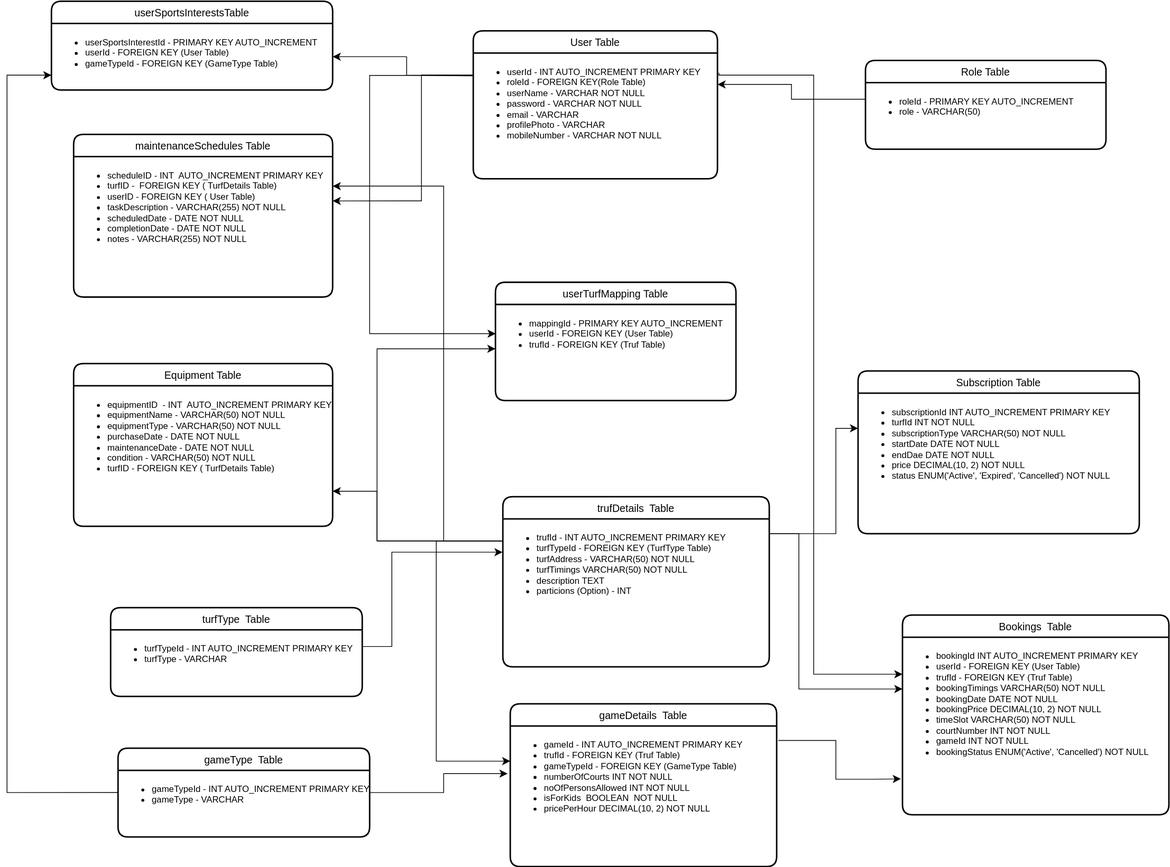
JobPortal006/turf keeps this draw.io diagram as er_diagram.drawio.svg. Above is the earlier version. Source tidied: cells renumbered, new cells last; positions are measured from the earlier drawing's top-left corner, leaving out a move shared by most shapes.
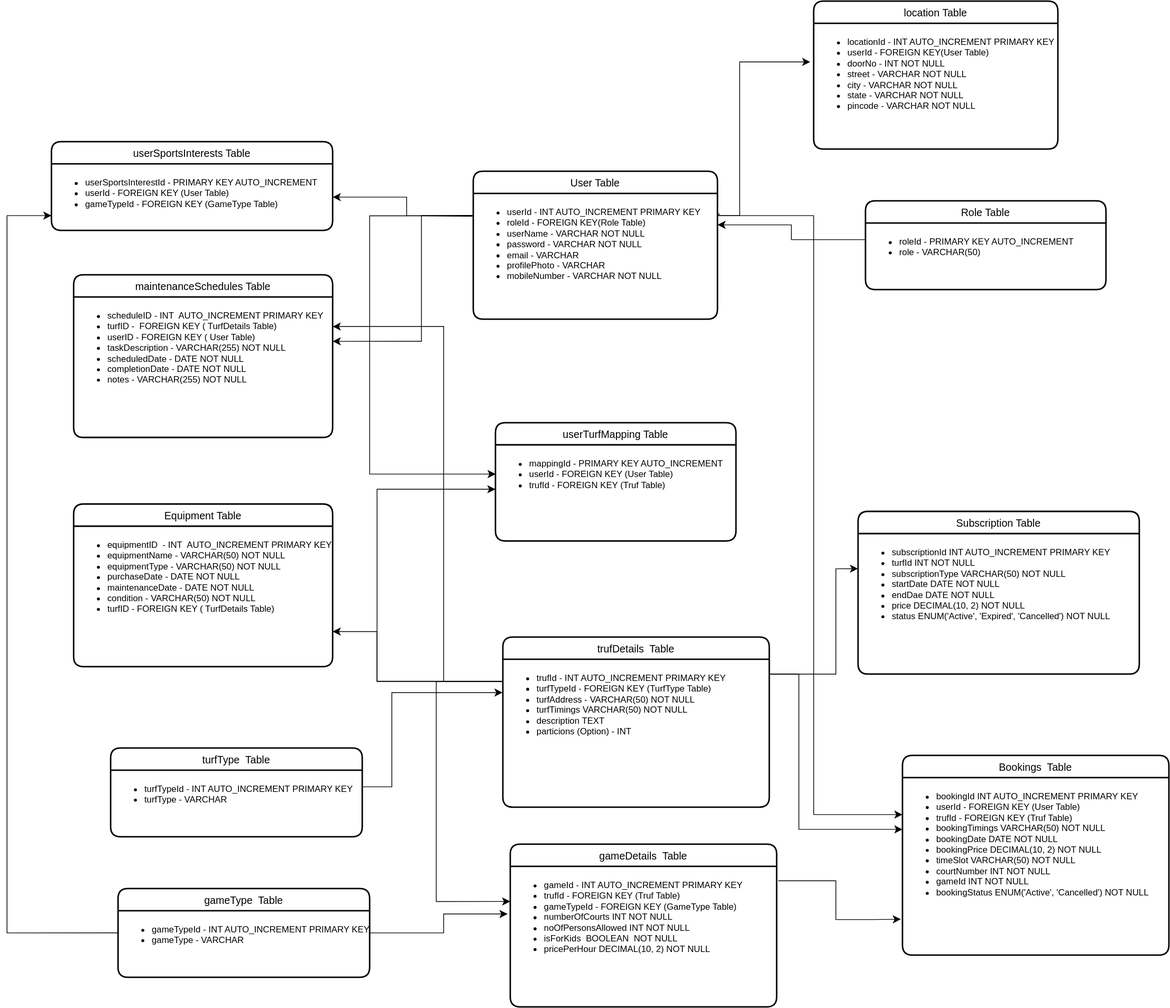
The same file after the commit.

Diff of the diagram source:
```diff
@@ -178,7 +178,7 @@
         </Array>
       </mxGeometry>
     </mxCell>
-    <mxCell id="37" value="userSportsInterestsTable" style="swimlane;horizontal=1;startSize=30;rounded=1;fontSize=14;fontStyle=0;strokeWidth=2;shadow=0;dashed=0;align=center;" parent="1" vertex="1">
+    <mxCell id="37" value="userSportsInterests Table" style="swimlane;horizontal=1;startSize=30;rounded=1;fontSize=14;fontStyle=0;strokeWidth=2;shadow=0;dashed=0;align=center;" parent="1" vertex="1">
       <mxGeometry x="60" width="380" height="120" as="geometry" />
     </mxCell>
     <mxCell id="38" value="&lt;ul&gt;&lt;li&gt;&lt;span style=&quot;background-color: initial;&quot;&gt;userSportsInterestId - PRIMARY KEY AUTO_INCREMENT&lt;/span&gt;&lt;/li&gt;&lt;li&gt;&lt;span style=&quot;background-color: initial;&quot;&gt;userId - FOREIGN KEY (User Table)&lt;/span&gt;&lt;/li&gt;&lt;li&gt;&lt;span style=&quot;background-color: initial;&quot;&gt;gameTypeId - FOREIGN KEY (GameType Table)&lt;/span&gt;&lt;/li&gt;&lt;/ul&gt;" style="align=left;strokeColor=none;fillColor=none;spacingLeft=4;fontSize=12;verticalAlign=top;html=1;" parent="37" vertex="1">
@@ -202,5 +202,20 @@
         </Array>
       </mxGeometry>
     </mxCell>
+    <mxCell id="41" value="location Table" style="swimlane;horizontal=1;startSize=30;rounded=1;fontSize=14;fontStyle=0;strokeWidth=2;shadow=0;dashed=0;align=center;" parent="1" vertex="1">
+      <mxGeometry x="1090" y="-190" width="330" height="200" as="geometry" />
+    </mxCell>
+    <mxCell id="42" value="&lt;ul&gt;&lt;li&gt;&lt;span style=&quot;background-color: initial;&quot;&gt;locationId -&amp;nbsp;INT AUTO_INCREMENT PRIMARY KEY&lt;/span&gt;&lt;/li&gt;&lt;li&gt;&lt;span style=&quot;background-color: initial;&quot;&gt;userId - FOREIGN KEY(User Table)&lt;/span&gt;&lt;/li&gt;&lt;li&gt;&lt;span style=&quot;background-color: initial;&quot;&gt;doorNo - INT NOT NULL&lt;/span&gt;&lt;br&gt;&lt;/li&gt;&lt;li&gt;&lt;span style=&quot;background-color: initial;&quot;&gt;street - VARCHAR NOT NULL&lt;/span&gt;&lt;/li&gt;&lt;li&gt;&lt;span style=&quot;background-color: initial;&quot;&gt;city -&amp;nbsp;VARCHAR NOT NULL&lt;/span&gt;&lt;/li&gt;&lt;li&gt;&lt;span style=&quot;background-color: initial;&quot;&gt;state - VARCHAR NOT NULL&lt;/span&gt;&lt;/li&gt;&lt;li&gt;&lt;span style=&quot;background-color: initial;&quot;&gt;pincode - VARCHAR NOT NULL&lt;/span&gt;&lt;/li&gt;&lt;/ul&gt;" style="align=left;strokeColor=none;fillColor=none;spacingLeft=4;fontSize=12;verticalAlign=top;html=1;" parent="41" vertex="1">
+      <mxGeometry y="30" width="330" height="170" as="geometry" />
+    </mxCell>
+    <mxCell id="43" style="edgeStyle=segmentEdgeStyle;endArrow=classic;html=1;curved=0;rounded=0;endSize=8;startSize=8;sourcePerimeterSpacing=0;targetPerimeterSpacing=0;entryX=-0.014;entryY=0.307;entryDx=0;entryDy=0;entryPerimeter=0;" parent="1" edge="1" target="42">
+      <mxGeometry relative="1" as="geometry">
+        <mxPoint x="960" y="100" as="sourcePoint" />
+        <Array as="points">
+          <mxPoint x="990" y="100" />
+          <mxPoint x="990" y="-108" />
+        </Array>
+      </mxGeometry>
+    </mxCell>
   </root>
 </mxGraphModel>
```
